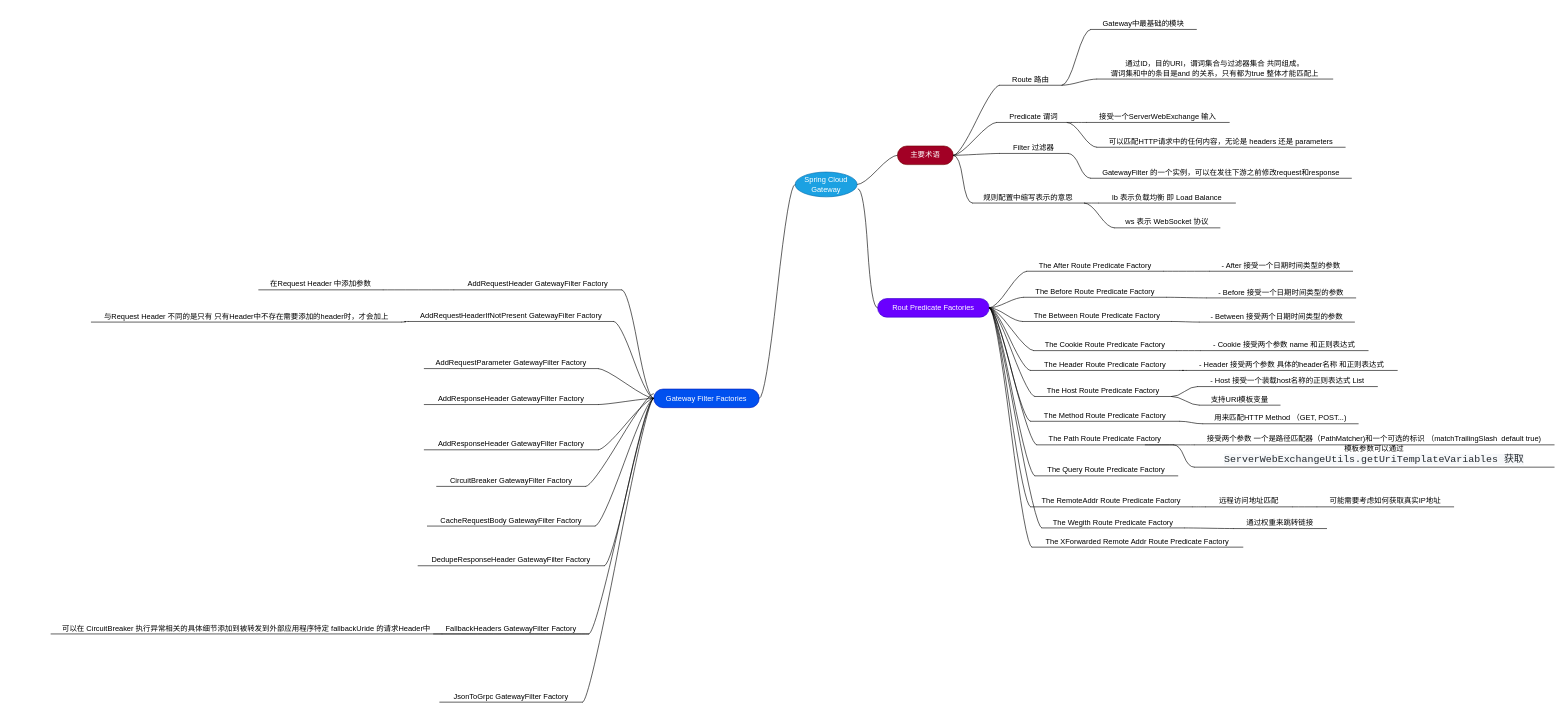
The draw.io diagram Spring-cloud-Gateway.drawio in XiongZen/springLearn, before the edit. Source tidied: cells renumbered, new cells numbered last; positions are measured from the earlier drawing's top-left corner, leaving out a move shared by most shapes. Both pictures are drawn from the tidied source at 62%, with x=0, y=0 at pixel (51, 11).
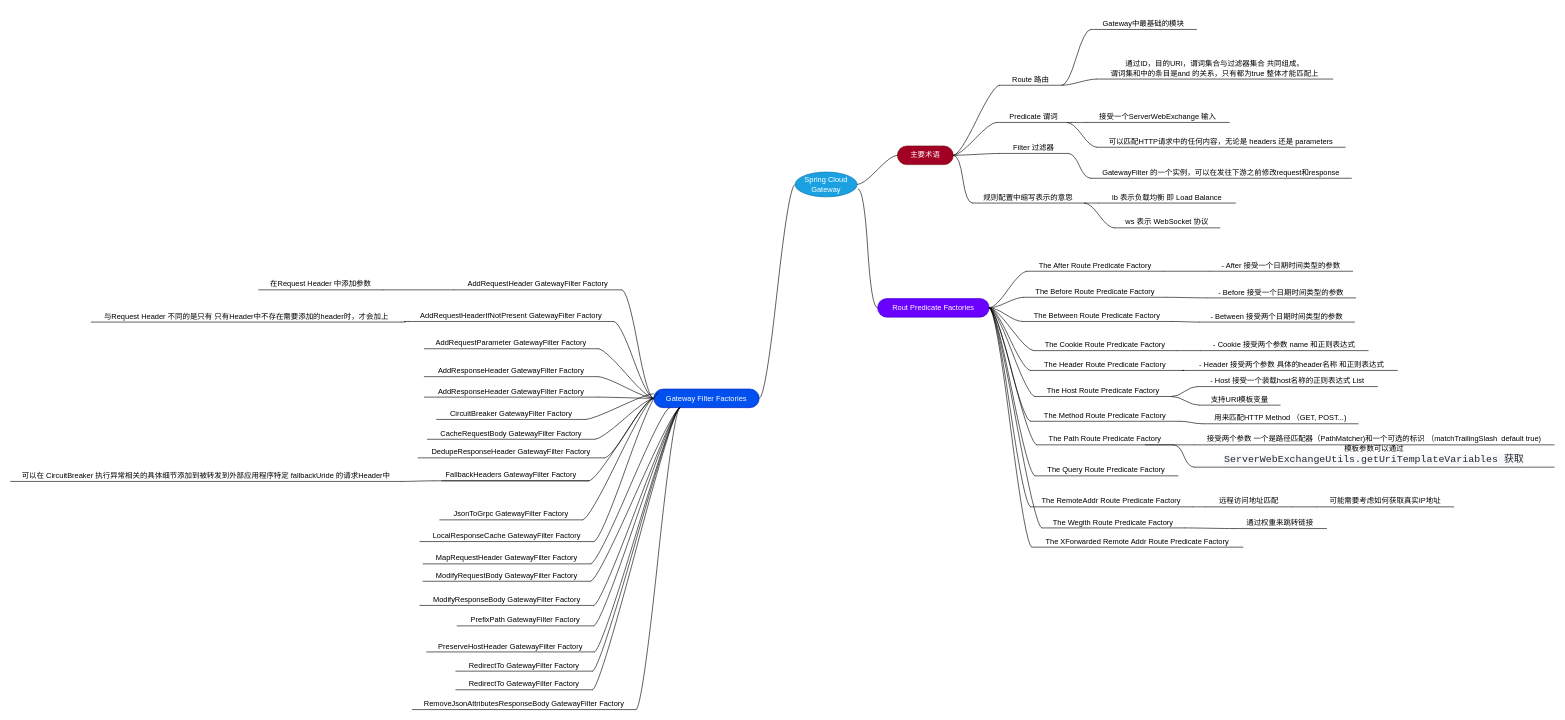
After the change.

Unchanged cells that the change refers to:
```xml
<mxCell id="70" value="Gateway Filter Factories" style="whiteSpace=wrap;html=1;rounded=1;arcSize=50;align=center;verticalAlign=middle;strokeWidth=1;spacing=4;newEdgeStyle={&quot;edgeStyle&quot;:&quot;entityRelationEdgeStyle&quot;,&quot;startArrow&quot;:&quot;none&quot;,&quot;endArrow&quot;:&quot;none&quot;,&quot;segment&quot;:10,&quot;curved&quot;:1,&quot;sourcePerimeterSpacing&quot;:0,&quot;targetPerimeterSpacing&quot;:0};fillColor=#0050ef;fontColor=#ffffff;strokeColor=#001DBC;" parent="1" vertex="1">
  <mxGeometry x="972" y="610" width="170" height="30" as="geometry" />
</mxCell>
```

What changed in the source:
```diff
@@
     <mxCell id="91" value="AddRequestParameter GatewayFilter Factory" style="whiteSpace=wrap;html=1;shape=partialRectangle;top=0;left=0;bottom=1;right=0;points=[[0,1],[1,1]];fillColor=none;align=center;verticalAlign=bottom;routingCenterY=0.5;snapToPoint=1;newEdgeStyle={&quot;edgeStyle&quot;:&quot;entityRelationEdgeStyle&quot;,&quot;startArrow&quot;:&quot;none&quot;,&quot;endArrow&quot;:&quot;none&quot;,&quot;segment&quot;:10,&quot;curved&quot;:1,&quot;sourcePerimeterSpacing&quot;:0,&quot;targetPerimeterSpacing&quot;:0};" parent="1" vertex="1">
-      <mxGeometry x="602" y="547" width="280" height="30" as="geometry" />
+      <mxGeometry x="602" y="515" width="280" height="30" as="geometry" />
     </mxCell>
@@
     <mxCell id="93" value="AddResponseHeader GatewayFilter Factory" style="whiteSpace=wrap;html=1;shape=partialRectangle;top=0;left=0;bottom=1;right=0;points=[[0,1],[1,1]];fillColor=none;align=center;verticalAlign=bottom;routingCenterY=0.5;snapToPoint=1;newEdgeStyle={&quot;edgeStyle&quot;:&quot;entityRelationEdgeStyle&quot;,&quot;startArrow&quot;:&quot;none&quot;,&quot;endArrow&quot;:&quot;none&quot;,&quot;segment&quot;:10,&quot;curved&quot;:1,&quot;sourcePerimeterSpacing&quot;:0,&quot;targetPerimeterSpacing&quot;:0};" parent="1" vertex="1">
-      <mxGeometry x="602" y="605" width="280" height="30" as="geometry" />
+      <mxGeometry x="602" y="560" width="280" height="30" as="geometry" />
     </mxCell>
@@
     <mxCell id="95" value="AddResponseHeader GatewayFilter Factory" style="whiteSpace=wrap;html=1;shape=partialRectangle;top=0;left=0;bottom=1;right=0;points=[[0,1],[1,1]];fillColor=none;align=center;verticalAlign=bottom;routingCenterY=0.5;snapToPoint=1;newEdgeStyle={&quot;edgeStyle&quot;:&quot;entityRelationEdgeStyle&quot;,&quot;startArrow&quot;:&quot;none&quot;,&quot;endArrow&quot;:&quot;none&quot;,&quot;segment&quot;:10,&quot;curved&quot;:1,&quot;sourcePerimeterSpacing&quot;:0,&quot;targetPerimeterSpacing&quot;:0};" parent="1" vertex="1">
-      <mxGeometry x="602" y="678" width="280" height="30" as="geometry" />
+      <mxGeometry x="602" y="593" width="280" height="30" as="geometry" />
     </mxCell>
@@
     <mxCell id="97" value="CircuitBreaker GatewayFilter Factory" style="whiteSpace=wrap;html=1;shape=partialRectangle;top=0;left=0;bottom=1;right=0;points=[[0,1],[1,1]];fillColor=none;align=center;verticalAlign=bottom;routingCenterY=0.5;snapToPoint=1;newEdgeStyle={&quot;edgeStyle&quot;:&quot;entityRelationEdgeStyle&quot;,&quot;startArrow&quot;:&quot;none&quot;,&quot;endArrow&quot;:&quot;none&quot;,&quot;segment&quot;:10,&quot;curved&quot;:1,&quot;sourcePerimeterSpacing&quot;:0,&quot;targetPerimeterSpacing&quot;:0};" parent="1" vertex="1">
-      <mxGeometry x="622" y="737" width="240" height="30" as="geometry" />
+      <mxGeometry x="622" y="629" width="240" height="30" as="geometry" />
     </mxCell>
@@
     <mxCell id="99" value="CacheRequestBody GatewayFilter Factory" style="whiteSpace=wrap;html=1;shape=partialRectangle;top=0;left=0;bottom=1;right=0;points=[[0,1],[1,1]];fillColor=none;align=center;verticalAlign=bottom;routingCenterY=0.5;snapToPoint=1;newEdgeStyle={&quot;edgeStyle&quot;:&quot;entityRelationEdgeStyle&quot;,&quot;startArrow&quot;:&quot;none&quot;,&quot;endArrow&quot;:&quot;none&quot;,&quot;segment&quot;:10,&quot;curved&quot;:1,&quot;sourcePerimeterSpacing&quot;:0,&quot;targetPerimeterSpacing&quot;:0};" parent="1" vertex="1">
-      <mxGeometry x="607" y="801" width="270" height="30" as="geometry" />
+      <mxGeometry x="607" y="661" width="270" height="30" as="geometry" />
     </mxCell>
@@
     <mxCell id="101" value="DedupeResponseHeader GatewayFilter Factory" style="whiteSpace=wrap;html=1;shape=partialRectangle;top=0;left=0;bottom=1;right=0;points=[[0,1],[1,1]];fillColor=none;align=center;verticalAlign=bottom;routingCenterY=0.5;snapToPoint=1;newEdgeStyle={&quot;edgeStyle&quot;:&quot;entityRelationEdgeStyle&quot;,&quot;startArrow&quot;:&quot;none&quot;,&quot;endArrow&quot;:&quot;none&quot;,&quot;segment&quot;:10,&quot;curved&quot;:1,&quot;sourcePerimeterSpacing&quot;:0,&quot;targetPerimeterSpacing&quot;:0};" parent="1" vertex="1">
-      <mxGeometry x="592" y="865" width="300" height="30" as="geometry" />
+      <mxGeometry x="592" y="694" width="300" height="27" as="geometry" />
     </mxCell>
-    <mxCell id="102" style="edgeStyle=entityRelationEdgeStyle;rounded=0;jettySize=auto;html=1;startArrow=none;endArrow=none;segment=10;curved=1;sourcePerimeterSpacing=0;targetPerimeterSpacing=0;" parent="1" edge="1" source="104" target="105">
-      <mxGeometry relative="1" as="geometry" />
+    <mxCell id="102" style="edgeStyle=entityRelationEdgeStyle;rounded=0;jettySize=auto;html=1;startArrow=none;endArrow=none;segment=10;curved=1;sourcePerimeterSpacing=0;targetPerimeterSpacing=0;" parent="1" edge="1" source="104">
+      <mxGeometry relative="1" as="geometry">
+        <mxPoint x="630" y="758" as="targetPoint" />
+      </mxGeometry>
     </mxCell>
@@
     <mxCell id="104" value="FallbackHeaders GatewayFilter Factory" style="whiteSpace=wrap;html=1;shape=partialRectangle;top=0;left=0;bottom=1;right=0;points=[[0,1],[1,1]];fillColor=none;align=center;verticalAlign=bottom;routingCenterY=0.5;snapToPoint=1;newEdgeStyle={&quot;edgeStyle&quot;:&quot;entityRelationEdgeStyle&quot;,&quot;startArrow&quot;:&quot;none&quot;,&quot;endArrow&quot;:&quot;none&quot;,&quot;segment&quot;:10,&quot;curved&quot;:1,&quot;sourcePerimeterSpacing&quot;:0,&quot;targetPerimeterSpacing&quot;:0};" parent="1" vertex="1">
-      <mxGeometry x="617" y="975" width="250" height="30" as="geometry" />
+      <mxGeometry x="617" y="728" width="250" height="30" as="geometry" />
     </mxCell>
+    <mxCell id="107" style="edgeStyle=entityRelationEdgeStyle;rounded=0;jettySize=auto;html=1;startArrow=none;endArrow=none;segment=10;curved=1;sourcePerimeterSpacing=0;targetPerimeterSpacing=0;entryX=0;entryY=1;entryDx=0;entryDy=0;" parent="1" edge="1" source="105" target="104">
+      <mxGeometry relative="1" as="geometry" />
+    </mxCell>
     <mxCell id="105" value="可以在 CircuitBreaker 执行异常相关的具体细节添加到被转发到外部应用程序特定 fallbackUride 的请求Header中" style="whiteSpace=wrap;html=1;shape=partialRectangle;top=0;left=0;bottom=1;right=0;points=[[0,1],[1,1]];fillColor=none;align=center;verticalAlign=bottom;routingCenterY=0.5;snapToPoint=1;newEdgeStyle={&quot;edgeStyle&quot;:&quot;entityRelationEdgeStyle&quot;,&quot;startArrow&quot;:&quot;none&quot;,&quot;endArrow&quot;:&quot;none&quot;,&quot;segment&quot;:10,&quot;curved&quot;:1,&quot;sourcePerimeterSpacing&quot;:0,&quot;targetPerimeterSpacing&quot;:0};" parent="1" vertex="1">
-      <mxGeometry y="975" width="630" height="30" as="geometry" />
+      <mxGeometry x="-65" y="729" width="630" height="30" as="geometry" />
     </mxCell>
+    <mxCell id="108" style="edgeStyle=entityRelationEdgeStyle;rounded=0;jettySize=auto;html=1;startArrow=none;endArrow=none;segment=10;curved=1;sourcePerimeterSpacing=0;targetPerimeterSpacing=0;exitX=0.047;exitY=0.2;exitDx=0;exitDy=0;exitPerimeter=0;" parent="1" edge="1" source="70" target="110">
+      <mxGeometry relative="1" as="geometry" />
+    </mxCell>
     <mxCell id="106" value="JsonToGrpc GatewayFilter Factory" style="whiteSpace=wrap;html=1;shape=partialRectangle;top=0;left=0;bottom=1;right=0;points=[[0,1],[1,1]];fillColor=none;align=center;verticalAlign=bottom;routingCenterY=0.5;snapToPoint=1;newEdgeStyle={&quot;edgeStyle&quot;:&quot;entityRelationEdgeStyle&quot;,&quot;startArrow&quot;:&quot;none&quot;,&quot;endArrow&quot;:&quot;none&quot;,&quot;segment&quot;:10,&quot;curved&quot;:1,&quot;sourcePerimeterSpacing&quot;:0,&quot;targetPerimeterSpacing&quot;:0};" parent="1" vertex="1">
-      <mxGeometry x="627" y="1085" width="230" height="30" as="geometry" />
+      <mxGeometry x="627" y="791" width="230" height="30" as="geometry" />
     </mxCell>
+    <mxCell id="109" style="edgeStyle=entityRelationEdgeStyle;rounded=0;jettySize=auto;html=1;startArrow=none;endArrow=none;segment=10;curved=1;sourcePerimeterSpacing=0;targetPerimeterSpacing=0;exitX=0.153;exitY=1;exitDx=0;exitDy=0;exitPerimeter=0;" parent="1" edge="1" source="70" target="112">
+      <mxGeometry relative="1" as="geometry" />
+    </mxCell>
+    <mxCell id="110" value="LocalResponseCache GatewayFilter Factory" style="whiteSpace=wrap;html=1;shape=partialRectangle;top=0;left=0;bottom=1;right=0;points=[[0,1],[1,1]];fillColor=none;align=center;verticalAlign=bottom;routingCenterY=0.5;snapToPoint=1;newEdgeStyle={&quot;edgeStyle&quot;:&quot;entityRelationEdgeStyle&quot;,&quot;startArrow&quot;:&quot;none&quot;,&quot;endArrow&quot;:&quot;none&quot;,&quot;segment&quot;:10,&quot;curved&quot;:1,&quot;sourcePerimeterSpacing&quot;:0,&quot;targetPerimeterSpacing&quot;:0};" parent="1" vertex="1">
+      <mxGeometry x="595" y="826" width="280" height="30" as="geometry" />
+    </mxCell>
+    <mxCell id="111" style="edgeStyle=entityRelationEdgeStyle;rounded=0;jettySize=auto;html=1;startArrow=none;endArrow=none;segment=10;curved=1;sourcePerimeterSpacing=0;targetPerimeterSpacing=0;exitX=0.25;exitY=1;exitDx=0;exitDy=0;" parent="1" edge="1" source="70" target="114">
+      <mxGeometry relative="1" as="geometry" />
+    </mxCell>
+    <mxCell id="112" value="MapRequestHeader GatewayFilter Factory" style="whiteSpace=wrap;html=1;shape=partialRectangle;top=0;left=0;bottom=1;right=0;points=[[0,1],[1,1]];fillColor=none;align=center;verticalAlign=bottom;routingCenterY=0.5;snapToPoint=1;newEdgeStyle={&quot;edgeStyle&quot;:&quot;entityRelationEdgeStyle&quot;,&quot;startArrow&quot;:&quot;none&quot;,&quot;endArrow&quot;:&quot;none&quot;,&quot;segment&quot;:10,&quot;curved&quot;:1,&quot;sourcePerimeterSpacing&quot;:0,&quot;targetPerimeterSpacing&quot;:0};" parent="1" vertex="1">
+      <mxGeometry x="600" y="862" width="270" height="30" as="geometry" />
+    </mxCell>
+    <mxCell id="113" style="edgeStyle=entityRelationEdgeStyle;rounded=0;jettySize=auto;html=1;startArrow=none;endArrow=none;segment=10;curved=1;sourcePerimeterSpacing=0;targetPerimeterSpacing=0;exitX=0.25;exitY=1;exitDx=0;exitDy=0;" parent="1" edge="1" source="70" target="116">
+      <mxGeometry relative="1" as="geometry" />
+    </mxCell>
+    <mxCell id="114" value="ModifyRequestBody GatewayFilter Factory" style="whiteSpace=wrap;html=1;shape=partialRectangle;top=0;left=0;bottom=1;right=0;points=[[0,1],[1,1]];fillColor=none;align=center;verticalAlign=bottom;routingCenterY=0.5;snapToPoint=1;newEdgeStyle={&quot;edgeStyle&quot;:&quot;entityRelationEdgeStyle&quot;,&quot;startArrow&quot;:&quot;none&quot;,&quot;endArrow&quot;:&quot;none&quot;,&quot;segment&quot;:10,&quot;curved&quot;:1,&quot;sourcePerimeterSpacing&quot;:0,&quot;targetPerimeterSpacing&quot;:0};" parent="1" vertex="1">
+      <mxGeometry x="600" y="890" width="270" height="30" as="geometry" />
+    </mxCell>
+    <mxCell id="115" style="edgeStyle=entityRelationEdgeStyle;rounded=0;jettySize=auto;html=1;startArrow=none;endArrow=none;segment=10;curved=1;sourcePerimeterSpacing=0;targetPerimeterSpacing=0;exitX=0.25;exitY=1;exitDx=0;exitDy=0;" parent="1" edge="1" source="70" target="118">
+      <mxGeometry relative="1" as="geometry" />
+    </mxCell>
+    <mxCell id="116" value="ModifyResponseBody GatewayFilter Factory" style="whiteSpace=wrap;html=1;shape=partialRectangle;top=0;left=0;bottom=1;right=0;points=[[0,1],[1,1]];fillColor=none;align=center;verticalAlign=bottom;routingCenterY=0.5;snapToPoint=1;newEdgeStyle={&quot;edgeStyle&quot;:&quot;entityRelationEdgeStyle&quot;,&quot;startArrow&quot;:&quot;none&quot;,&quot;endArrow&quot;:&quot;none&quot;,&quot;segment&quot;:10,&quot;curved&quot;:1,&quot;sourcePerimeterSpacing&quot;:0,&quot;targetPerimeterSpacing&quot;:0};" parent="1" vertex="1">
+      <mxGeometry x="595" y="929" width="280" height="30" as="geometry" />
+    </mxCell>
+    <mxCell id="117" style="edgeStyle=entityRelationEdgeStyle;rounded=0;jettySize=auto;html=1;startArrow=none;endArrow=none;segment=10;curved=1;sourcePerimeterSpacing=0;targetPerimeterSpacing=0;exitX=0.25;exitY=1;exitDx=0;exitDy=0;" parent="1" edge="1" source="70" target="120">
+      <mxGeometry relative="1" as="geometry">
+        <Array as="points">
+          <mxPoint x="1020" y="840" />
+          <mxPoint x="1010" y="770" />
+        </Array>
+      </mxGeometry>
+    </mxCell>
+    <mxCell id="118" value="PrefixPath GatewayFilter Factory" style="whiteSpace=wrap;html=1;shape=partialRectangle;top=0;left=0;bottom=1;right=0;points=[[0,1],[1,1]];fillColor=none;align=center;verticalAlign=bottom;routingCenterY=0.5;snapToPoint=1;newEdgeStyle={&quot;edgeStyle&quot;:&quot;entityRelationEdgeStyle&quot;,&quot;startArrow&quot;:&quot;none&quot;,&quot;endArrow&quot;:&quot;none&quot;,&quot;segment&quot;:10,&quot;curved&quot;:1,&quot;sourcePerimeterSpacing&quot;:0,&quot;targetPerimeterSpacing&quot;:0};" parent="1" vertex="1">
+      <mxGeometry x="655" y="962" width="220" height="30" as="geometry" />
+    </mxCell>
+    <mxCell id="119" style="edgeStyle=entityRelationEdgeStyle;rounded=0;jettySize=auto;html=1;startArrow=none;endArrow=none;segment=10;curved=1;sourcePerimeterSpacing=0;targetPerimeterSpacing=0;exitX=0.25;exitY=1;exitDx=0;exitDy=0;" parent="1" edge="1" source="70" target="122">
+      <mxGeometry relative="1" as="geometry">
+        <Array as="points">
+          <mxPoint x="1040" y="630" />
+          <mxPoint x="1010" y="563" />
+        </Array>
+      </mxGeometry>
+    </mxCell>
+    <mxCell id="120" value="PreserveHostHeader GatewayFilter Factory" style="whiteSpace=wrap;html=1;shape=partialRectangle;top=0;left=0;bottom=1;right=0;points=[[0,1],[1,1]];fillColor=none;align=center;verticalAlign=bottom;routingCenterY=0.5;snapToPoint=1;newEdgeStyle={&quot;edgeStyle&quot;:&quot;entityRelationEdgeStyle&quot;,&quot;startArrow&quot;:&quot;none&quot;,&quot;endArrow&quot;:&quot;none&quot;,&quot;segment&quot;:10,&quot;curved&quot;:1,&quot;sourcePerimeterSpacing&quot;:0,&quot;targetPerimeterSpacing&quot;:0};" parent="1" vertex="1">
+      <mxGeometry x="606" y="1004" width="270" height="30" as="geometry" />
+    </mxCell>
+    <mxCell id="121" style="edgeStyle=entityRelationEdgeStyle;rounded=0;jettySize=auto;html=1;startArrow=none;endArrow=none;segment=10;curved=1;sourcePerimeterSpacing=0;targetPerimeterSpacing=0;exitX=0.25;exitY=1;exitDx=0;exitDy=0;" parent="1" edge="1" source="70" target="124">
+      <mxGeometry relative="1" as="geometry" />
+    </mxCell>
+    <mxCell id="122" value="RedirectTo GatewayFilter Factory" style="whiteSpace=wrap;html=1;shape=partialRectangle;top=0;left=0;bottom=1;right=0;points=[[0,1],[1,1]];fillColor=none;align=center;verticalAlign=bottom;routingCenterY=0.5;snapToPoint=1;newEdgeStyle={&quot;edgeStyle&quot;:&quot;entityRelationEdgeStyle&quot;,&quot;startArrow&quot;:&quot;none&quot;,&quot;endArrow&quot;:&quot;none&quot;,&quot;segment&quot;:10,&quot;curved&quot;:1,&quot;sourcePerimeterSpacing&quot;:0,&quot;targetPerimeterSpacing&quot;:0};" parent="1" vertex="1">
+      <mxGeometry x="653" y="1035" width="220" height="30" as="geometry" />
+    </mxCell>
+    <mxCell id="123" style="edgeStyle=entityRelationEdgeStyle;rounded=0;jettySize=auto;html=1;startArrow=none;endArrow=none;segment=10;curved=1;sourcePerimeterSpacing=0;targetPerimeterSpacing=0;exitX=0.25;exitY=1;exitDx=0;exitDy=0;" parent="1" edge="1" source="70" target="125">
+      <mxGeometry relative="1" as="geometry" />
+    </mxCell>
+    <mxCell id="124" value="RedirectTo GatewayFilter Factory" style="whiteSpace=wrap;html=1;shape=partialRectangle;top=0;left=0;bottom=1;right=0;points=[[0,1],[1,1]];fillColor=none;align=center;verticalAlign=bottom;routingCenterY=0.5;snapToPoint=1;newEdgeStyle={&quot;edgeStyle&quot;:&quot;entityRelationEdgeStyle&quot;,&quot;startArrow&quot;:&quot;none&quot;,&quot;endArrow&quot;:&quot;none&quot;,&quot;segment&quot;:10,&quot;curved&quot;:1,&quot;sourcePerimeterSpacing&quot;:0,&quot;targetPerimeterSpacing&quot;:0};" parent="1" vertex="1">
+      <mxGeometry x="653" y="1065" width="220" height="30" as="geometry" />
+    </mxCell>
+    <mxCell id="125" value="RemoveJsonAttributesResponseBody GatewayFilter Factory" style="whiteSpace=wrap;html=1;shape=partialRectangle;top=0;left=0;bottom=1;right=0;points=[[0,1],[1,1]];fillColor=none;align=center;verticalAlign=bottom;routingCenterY=0.5;snapToPoint=1;newEdgeStyle={&quot;edgeStyle&quot;:&quot;entityRelationEdgeStyle&quot;,&quot;startArrow&quot;:&quot;none&quot;,&quot;endArrow&quot;:&quot;none&quot;,&quot;segment&quot;:10,&quot;curved&quot;:1,&quot;sourcePerimeterSpacing&quot;:0,&quot;targetPerimeterSpacing&quot;:0};" parent="1" vertex="1">
+      <mxGeometry x="583" y="1097" width="360" height="30" as="geometry" />
+    </mxCell>
```
